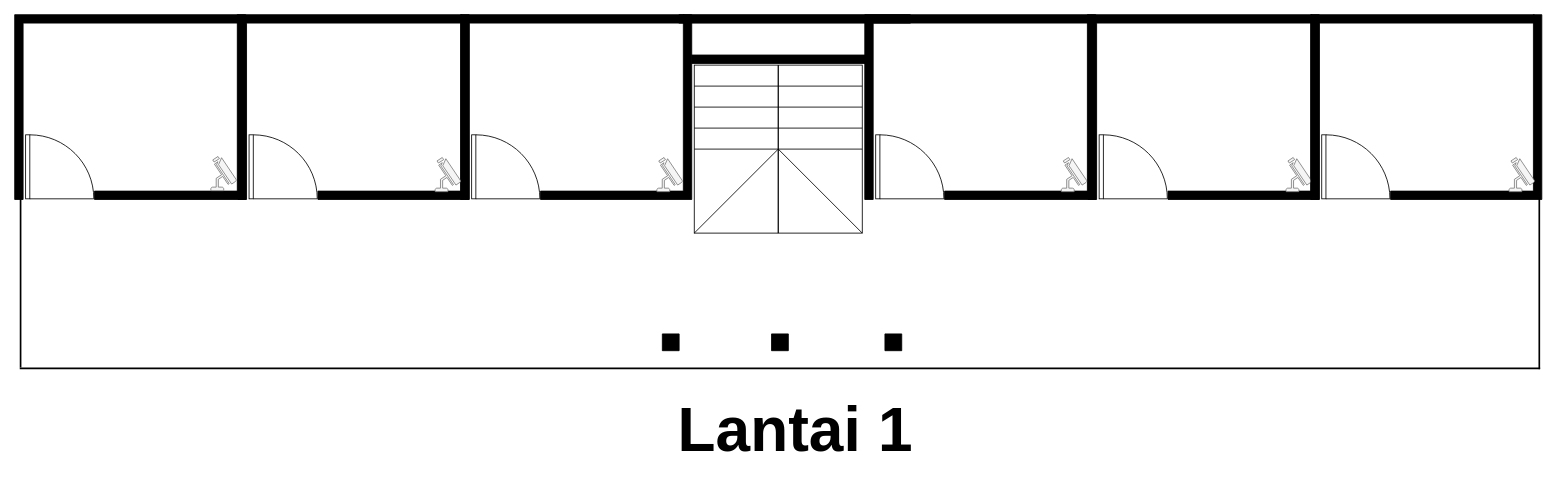
The draw.io diagram page "1st - floor" (1 of 4) of Diagram Tanpa Judul.drawio in mohammadrifanmushlih17/My-Project-Draw, before the edit. Source tidied: cells renumbered, new cells numbered last; positions are measured from the earlier drawing's top-left corner, leaving out a move shared by most shapes. Both pictures are drawn from the tidied source at 84%, with x=0, y=0 at pixel (14, 14).
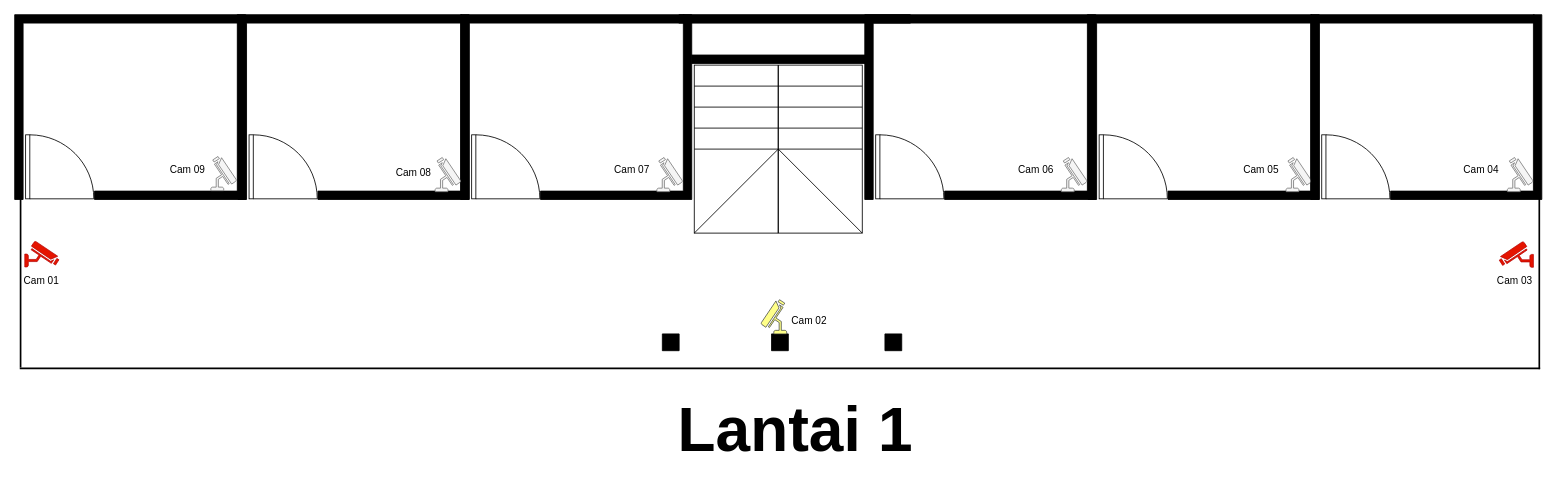
The same diagram, later.

The change refers to these unchanged cells:
```xml
<mxCell id="5" style="group;" parent="1" vertex="1">
  <mxGeometry x="266" width="275" height="220" as="geometry" />
</mxCell>
<mxCell id="10" style="group;" parent="1" vertex="1">
  <mxGeometry x="531" width="275" height="220" as="geometry" />
</mxCell>
<mxCell id="19" style="group;" parent="1" vertex="1">
  <mxGeometry x="1278" width="275" height="220" as="geometry" />
</mxCell>
<mxCell id="24" style="group;" parent="1" vertex="1">
  <mxGeometry x="1543" width="275" height="220" as="geometry" />
</mxCell>
```

The edit, as a diff of the source:
```diff
@@
+    <mxCell id="40" value="Cam 08" style="text;html=1;align=center;verticalAlign=middle;whiteSpace=wrap;rounded=0;" parent="5" vertex="1">
+      <mxGeometry x="179" y="174.4" width="60" height="30" as="geometry" />
+    </mxCell>
@@
+    <mxCell id="41" value="Cam 07" style="text;html=1;align=center;verticalAlign=middle;whiteSpace=wrap;rounded=0;" parent="10" vertex="1">
+      <mxGeometry x="173.5" y="170" width="60" height="30" as="geometry" />
+    </mxCell>
@@
+    <mxCell id="42" value="Cam 05" style="text;html=1;align=center;verticalAlign=middle;whiteSpace=wrap;rounded=0;" parent="19" vertex="1">
+      <mxGeometry x="175.5" y="170" width="60" height="30" as="geometry" />
+    </mxCell>
@@
     <mxCell id="28" style="fontColor=#333333;verticalAlign=top;verticalLabelPosition=bottom;labelPosition=center;align=center;html=1;fillColor=#f5f5f5;strokeColor=#666666;gradientDirection=north;strokeWidth=2;shape=mxgraph.networks.security_camera;direction=north;flipH=1;flipV=0;" parent="24" vertex="1">
-      <mxGeometry x="236" y="170" width="30.5" height="40.7" as="geometry" />
+      <mxGeometry x="234" y="170" width="30.5" height="40.7" as="geometry" />
     </mxCell>
+    <mxCell id="43" value="Cam 04" style="text;html=1;align=center;verticalAlign=middle;whiteSpace=wrap;rounded=0;" parent="24" vertex="1">
+      <mxGeometry x="173" y="170" width="60" height="30" as="geometry" />
+    </mxCell>
@@
+    <mxCell id="44" style="verticalAlign=top;verticalLabelPosition=bottom;labelPosition=center;align=center;html=1;fillColor=#ffff88;strokeColor=#36393d;gradientDirection=north;strokeWidth=2;shape=mxgraph.networks.security_camera;direction=south;flipH=1;flipV=1;" parent="1" vertex="1">
+      <mxGeometry x="888.5" y="339.3" width="30.5" height="40.7" as="geometry" />
+    </mxCell>
+    <mxCell id="45" value="Cam 09" style="text;html=1;align=center;verticalAlign=middle;whiteSpace=wrap;rounded=0;" parent="1" vertex="1">
+      <mxGeometry x="176" y="170" width="60" height="30" as="geometry" />
+    </mxCell>
+    <mxCell id="46" value="Cam 06" style="text;html=1;align=center;verticalAlign=middle;whiteSpace=wrap;rounded=0;" parent="1" vertex="1">
+      <mxGeometry x="1186" y="170" width="60" height="30" as="geometry" />
+    </mxCell>
+    <mxCell id="47" value="Cam 02" style="text;html=1;align=center;verticalAlign=middle;whiteSpace=wrap;rounded=0;" parent="1" vertex="1">
+      <mxGeometry x="916" y="350" width="60" height="30" as="geometry" />
+    </mxCell>
+    <mxCell id="48" style="verticalAlign=top;verticalLabelPosition=bottom;labelPosition=center;align=center;html=1;fillColor=#e51400;strokeColor=#B20000;gradientDirection=north;strokeWidth=2;shape=mxgraph.networks.security_camera;direction=east;flipH=0;fontColor=#ffffff;" parent="1" vertex="1">
+      <mxGeometry x="12" y="269.8" width="40.7" height="30.5" as="geometry" />
+    </mxCell>
+    <mxCell id="49" style="verticalAlign=top;verticalLabelPosition=bottom;labelPosition=center;align=center;html=1;gradientDirection=north;strokeWidth=2;shape=mxgraph.networks.security_camera;direction=east;flipH=1;fillColor=#e51400;strokeColor=#B20000;fontColor=#ffffff;" parent="1" vertex="1">
+      <mxGeometry x="1767.3" y="270.2" width="40.7" height="30.5" as="geometry" />
+    </mxCell>
+    <mxCell id="50" value="Cam 03" style="text;html=1;align=center;verticalAlign=middle;whiteSpace=wrap;rounded=0;" parent="1" vertex="1">
+      <mxGeometry x="1756" y="302" width="60" height="30" as="geometry" />
+    </mxCell>
+    <mxCell id="51" value="Cam 01" style="text;html=1;align=center;verticalAlign=middle;whiteSpace=wrap;rounded=0;" parent="1" vertex="1">
+      <mxGeometry x="2" y="302" width="60" height="30" as="geometry" />
+    </mxCell>
```
